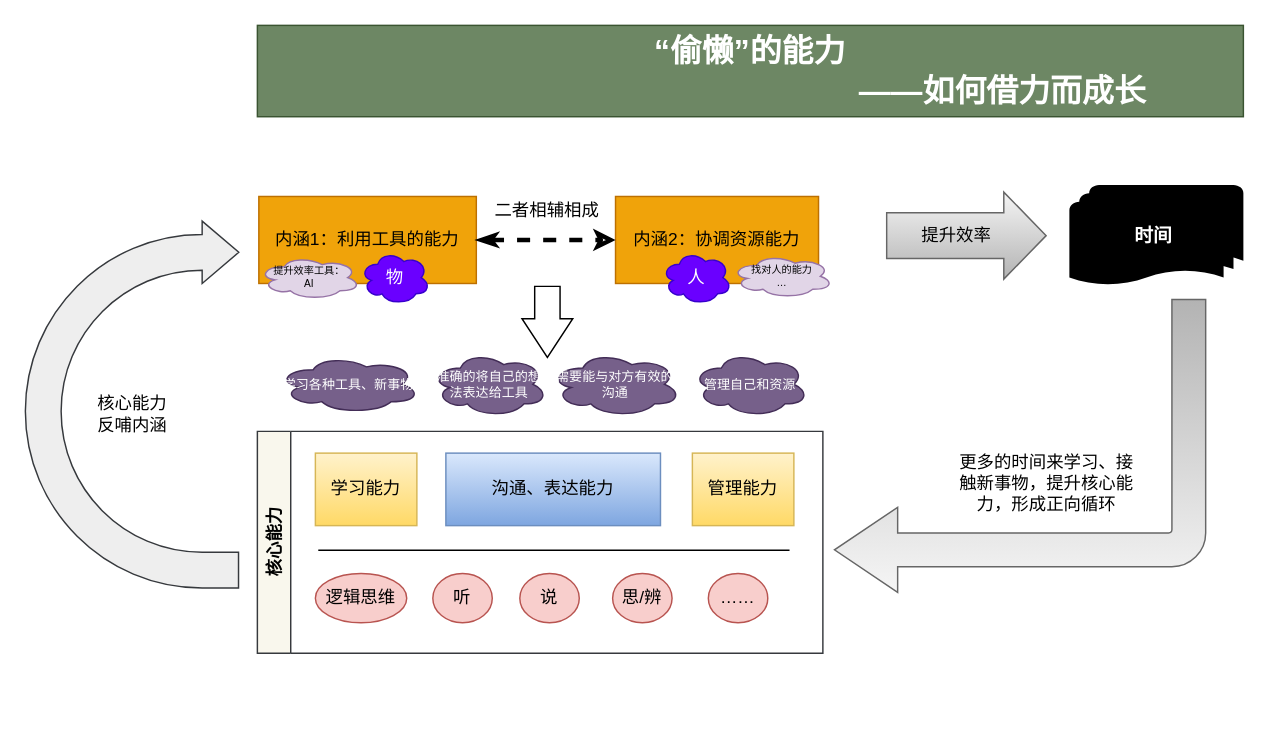
cwsheng/drawingio keeps this draw.io diagram as 会议.drawio. Above is the earlier version. Source tidied: cells renumbered, new cells numbered last; positions are measured from the earlier drawing's top-left corner, leaving out a move shared by most shapes. Both pictures are drawn from the tidied source at 145%, with x=0, y=0 at pixel (25, 25).
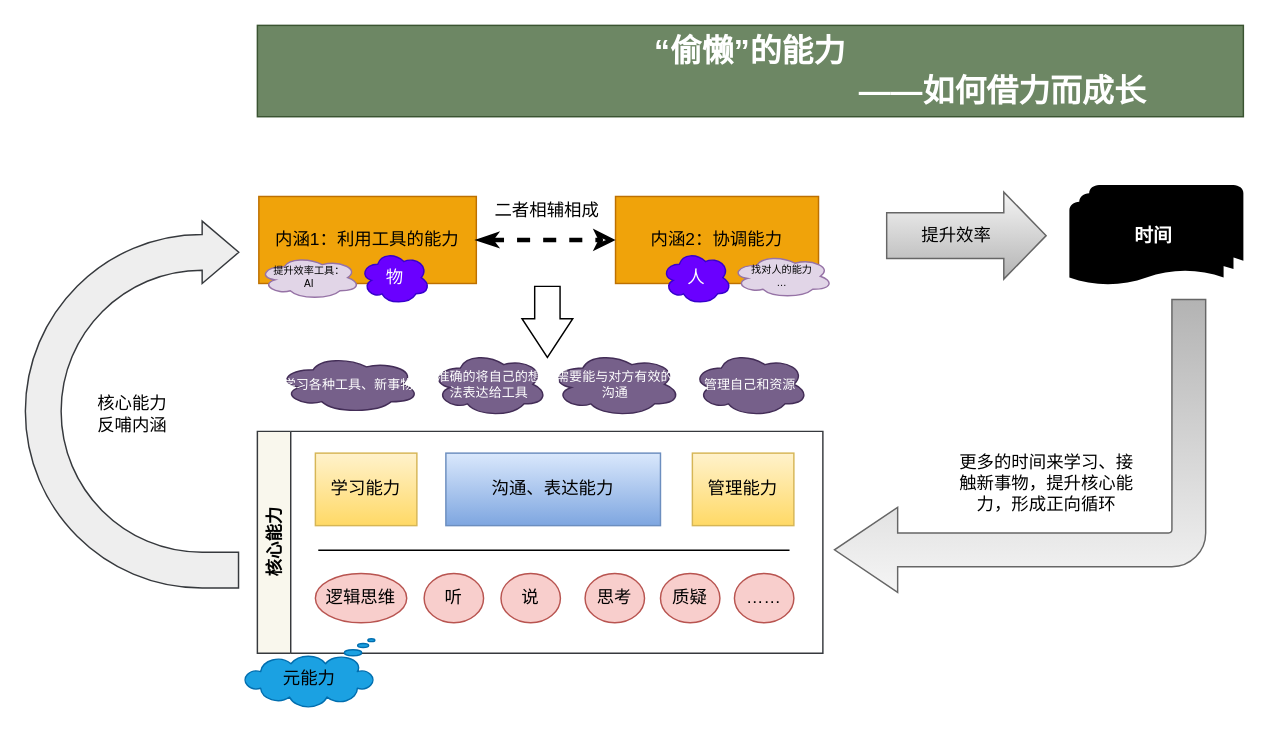
The same diagram, later.

Unchanged cells that the change refers to:
```xml
<mxCell id="10" value="核心能力" style="swimlane;horizontal=0;whiteSpace=wrap;html=1;fillColor=#f9f7ed;strokeColor=#36393d;" parent="9" vertex="1">
  <mxGeometry x="-10" width="390" height="153" as="geometry" />
</mxCell>
```

Diff of the diagram source:
```diff
@@
-    <mxCell id="4" value="内涵2：协调资源能力" style="rounded=0;whiteSpace=wrap;html=1;fillColor=#f0a30a;fontColor=#000000;strokeColor=#BD7000;" parent="1" vertex="1">
+    <mxCell id="4" value="内涵2：协调能力" style="rounded=0;whiteSpace=wrap;html=1;fillColor=#f0a30a;fontColor=#000000;strokeColor=#BD7000;" parent="1" vertex="1">
       <mxGeometry x="407" y="118" width="140" height="60" as="geometry" />
     </mxCell>
@@
     <mxCell id="16" value="听" style="ellipse;whiteSpace=wrap;html=1;fillColor=#f8cecc;strokeColor=#b85450;" parent="10" vertex="1">
-      <mxGeometry x="121" y="98" width="41" height="34" as="geometry" />
+      <mxGeometry x="115" y="98" width="41" height="34" as="geometry" />
     </mxCell>
     <mxCell id="17" value="说" style="ellipse;whiteSpace=wrap;html=1;fillColor=#f8cecc;strokeColor=#b85450;" parent="10" vertex="1">
-      <mxGeometry x="181" y="98" width="41" height="34" as="geometry" />
+      <mxGeometry x="168" y="98" width="41" height="34" as="geometry" />
     </mxCell>
-    <mxCell id="18" value="思/辨" style="ellipse;whiteSpace=wrap;html=1;fillColor=#f8cecc;strokeColor=#b85450;" parent="10" vertex="1">
-      <mxGeometry x="245" y="98" width="41" height="34" as="geometry" />
+    <mxCell id="18" value="思考" style="ellipse;whiteSpace=wrap;html=1;fillColor=#f8cecc;strokeColor=#b85450;" parent="10" vertex="1">
+      <mxGeometry x="226" y="98" width="41" height="34" as="geometry" />
     </mxCell>
     <mxCell id="19" value="……" style="ellipse;whiteSpace=wrap;html=1;fillColor=#f8cecc;strokeColor=#b85450;" parent="10" vertex="1">
-      <mxGeometry x="311" y="98" width="41" height="34" as="geometry" />
+      <mxGeometry x="329" y="98" width="41" height="34" as="geometry" />
     </mxCell>
+    <mxCell id="33" value="质疑" style="ellipse;whiteSpace=wrap;html=1;fillColor=#f8cecc;strokeColor=#b85450;" parent="10" vertex="1">
+      <mxGeometry x="278" y="98" width="41" height="34" as="geometry" />
+    </mxCell>
@@
+    <mxCell id="34" style="whiteSpace=wrap;shape=mxgraph.basic.cloud_callout;rotation=-180;horizontal=1;textDirection=rtl;fontColor=#ffffff;fillColor=#1ba1e2;strokeColor=#006EAF;" parent="1" vertex="1">
+      <mxGeometry x="151" y="423" width="90" height="47" as="geometry" />
+    </mxCell>
+    <mxCell id="35" value="元能力" style="text;html=1;whiteSpace=wrap;strokeColor=none;fillColor=none;align=center;verticalAlign=middle;rounded=0;" parent="1" vertex="1">
+      <mxGeometry x="166" y="436" width="60" height="30" as="geometry" />
+    </mxCell>
```
